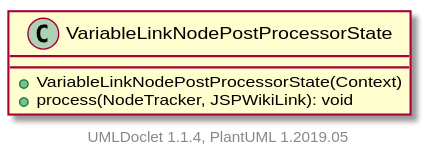
Above: apidocs/2.11.0.M8-SNAPSHOT/org/apache/wiki/markdown/extensions/jspwikilinks/postprocessor/VariableLinkNodePostProcessorState.svg in apache/jspwiki-site (PlantUML), before the change.
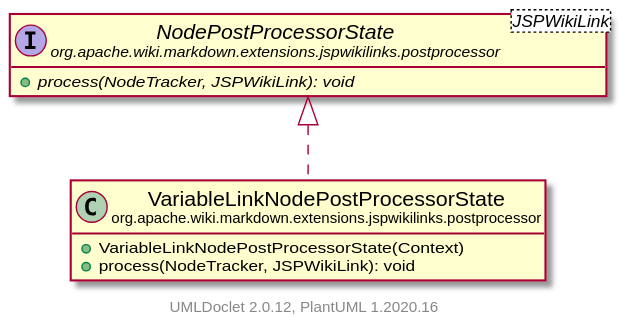
After the commit.

Change to the diagram source:
```diff
@@ -1,10 +1,18 @@
 @startuml
+    set namespaceSeparator none
+    hide empty fields
+    hide empty methods
 
-    class VariableLinkNodePostProcessorState [[VariableLinkNodePostProcessorState.html]] {
+    class "<size:14>VariableLinkNodePostProcessorState\n<size:10>org.apache.wiki.markdown.extensions.jspwikilinks.postprocessor" as org.apache.wiki.markdown.extensions.jspwikilinks.postprocessor.VariableLinkNodePostProcessorState [[VariableLinkNodePostProcessorState.html]] {
         +VariableLinkNodePostProcessorState(Context)
         +process(NodeTracker, JSPWikiLink): void
     }
 
+    interface "<size:14>NodePostProcessorState\n<size:10>org.apache.wiki.markdown.extensions.jspwikilinks.postprocessor" as org.apache.wiki.markdown.extensions.jspwikilinks.postprocessor.NodePostProcessorState<JSPWikiLink> [[NodePostProcessorState.html]] {
+        {abstract} +process(NodeTracker, JSPWikiLink): void
+    }
 
-    center footer UMLDoclet 1.1.4, PlantUML 1.2019.05
+    org.apache.wiki.markdown.extensions.jspwikilinks.postprocessor.NodePostProcessorState <|.. org.apache.wiki.markdown.extensions.jspwikilinks.postprocessor.VariableLinkNodePostProcessorState
+
+    center footer UMLDoclet 2.0.12, PlantUML 1.2020.16
 @enduml
```
